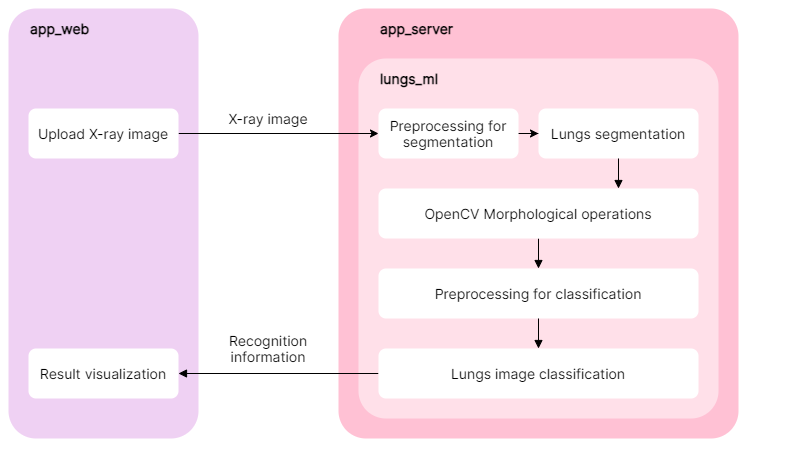
Earlier version of the draw.io export docs/diagram.png (dumaevrinat/lung_diseases). Source tidied: cells renumbered, new cells last; positions are measured from the earlier drawing's top-left corner, leaving out a move shared by most shapes. The source it was exported from:
```xml
<mxGraphModel>
  <root>
    <mxCell id="0" />
    <mxCell id="1" parent="0" />
    <mxCell id="2" style="rounded=1;whiteSpace=wrap;html=1;fontFamily=Inter;fontSize=14;strokeColor=none;arcSize=55;fontSource=https%3A%2F%2Ffonts.googleapis.com%2Fcss%3Ffamily%3DInter;absoluteArcSize=1;fillColor=#ffc1d4;" parent="1" vertex="1">
      <mxGeometry x="330" width="400" height="430" as="geometry" />
    </mxCell>
    <mxCell id="3" style="rounded=1;whiteSpace=wrap;html=1;fontFamily=Inter;fontSize=14;strokeColor=none;arcSize=55;fontSource=https%3A%2F%2Ffonts.googleapis.com%2Fcss%3Ffamily%3DInter;absoluteArcSize=1;fillColor=#ffe0e9;" parent="1" vertex="1">
      <mxGeometry x="350" y="50" width="360" height="360" as="geometry" />
    </mxCell>
    <mxCell id="4" style="rounded=1;whiteSpace=wrap;html=1;fontFamily=Inter;fontSize=14;strokeColor=none;fontSource=https%3A%2F%2Ffonts.googleapis.com%2Fcss%3Ffamily%3DInter;fillColor=#efd1f3;arcSize=55;absoluteArcSize=1;" parent="1" vertex="1">
      <mxGeometry width="190" height="430" as="geometry" />
    </mxCell>
    <mxCell id="5" style="edgeStyle=orthogonalEdgeStyle;rounded=0;jettySize=auto;html=1;entryX=0;entryY=0.5;entryDx=0;entryDy=0;fontFamily=Inter;fontSize=14;fontSource=https%3A%2F%2Ffonts.googleapis.com%2Fcss%3Ffamily%3DInter;" parent="1" edge="1" source="6" target="8">
      <mxGeometry relative="1" as="geometry" />
    </mxCell>
    <mxCell id="6" value="Preprocessing for segmentation" style="rounded=1;whiteSpace=wrap;html=1;fontFamily=Inter;fontSize=14;fontSource=https%3A%2F%2Ffonts.googleapis.com%2Fcss%3Ffamily%3DInter;strokeColor=none;" parent="1" vertex="1">
      <mxGeometry x="370" y="100" width="140" height="50" as="geometry" />
    </mxCell>
    <mxCell id="7" style="edgeStyle=orthogonalEdgeStyle;rounded=0;jettySize=auto;html=1;exitX=0.5;exitY=1;exitDx=0;exitDy=0;entryX=0.75;entryY=0;entryDx=0;entryDy=0;endArrow=block;endFill=1;" parent="1" edge="1" source="8" target="10">
      <mxGeometry relative="1" as="geometry" />
    </mxCell>
    <mxCell id="8" value="Lungs segmentation" style="rounded=1;whiteSpace=wrap;html=1;fontFamily=Inter;fontSize=14;fontSource=https%3A%2F%2Ffonts.googleapis.com%2Fcss%3Ffamily%3DInter;strokeColor=none;" parent="1" vertex="1">
      <mxGeometry x="530" y="100" width="160" height="50" as="geometry" />
    </mxCell>
    <mxCell id="9" style="edgeStyle=orthogonalEdgeStyle;rounded=0;jettySize=auto;html=1;exitX=0.5;exitY=1;exitDx=0;exitDy=0;entryX=0.5;entryY=0;entryDx=0;entryDy=0;endArrow=block;endFill=1;" parent="1" edge="1" source="10" target="12">
      <mxGeometry relative="1" as="geometry" />
    </mxCell>
    <mxCell id="10" value="OpenCV Morphological operations" style="rounded=1;whiteSpace=wrap;html=1;fontFamily=Inter;fontSize=14;fontSource=https%3A%2F%2Ffonts.googleapis.com%2Fcss%3Ffamily%3DInter;strokeColor=none;" parent="1" vertex="1">
      <mxGeometry x="370" y="180" width="320" height="50" as="geometry" />
    </mxCell>
    <mxCell id="11" style="edgeStyle=orthogonalEdgeStyle;rounded=0;jettySize=auto;html=1;exitX=0.5;exitY=1;exitDx=0;exitDy=0;entryX=0.5;entryY=0;entryDx=0;entryDy=0;endArrow=block;endFill=1;" parent="1" edge="1" source="12" target="14">
      <mxGeometry relative="1" as="geometry" />
    </mxCell>
    <mxCell id="12" value="Preprocessing for classification" style="rounded=1;whiteSpace=wrap;html=1;fontFamily=Inter;fontSize=14;fontSource=https%3A%2F%2Ffonts.googleapis.com%2Fcss%3Ffamily%3DInter;strokeColor=none;" parent="1" vertex="1">
      <mxGeometry x="370" y="260" width="320" height="50" as="geometry" />
    </mxCell>
    <mxCell id="13" style="edgeStyle=orthogonalEdgeStyle;rounded=0;jettySize=auto;html=1;exitX=0;exitY=0.5;exitDx=0;exitDy=0;entryX=1;entryY=0.5;entryDx=0;entryDy=0;endArrow=block;endFill=1;" parent="1" edge="1" source="14" target="20">
      <mxGeometry relative="1" as="geometry" />
    </mxCell>
    <mxCell id="14" value="Lungs image classification" style="rounded=1;whiteSpace=wrap;html=1;fontFamily=Inter;fontSize=14;fontSource=https%3A%2F%2Ffonts.googleapis.com%2Fcss%3Ffamily%3DInter;strokeColor=none;" parent="1" vertex="1">
      <mxGeometry x="370" y="340" width="320" height="50" as="geometry" />
    </mxCell>
    <mxCell id="15" value="app_web" style="text;html=1;strokeColor=none;fillColor=none;align=left;verticalAlign=middle;whiteSpace=wrap;rounded=0;fontFamily=Inter;fontStyle=1;fontSize=14;fontSource=https%3A%2F%2Ffonts.googleapis.com%2Fcss%3Ffamily%3DInter;spacingLeft=0;" parent="1" vertex="1">
      <mxGeometry x="20" width="190" height="40" as="geometry" />
    </mxCell>
    <mxCell id="16" value="lungs_ml" style="text;html=1;strokeColor=none;fillColor=none;align=left;verticalAlign=middle;whiteSpace=wrap;rounded=0;fontFamily=Inter;fontStyle=1;fontSize=14;fontSource=https%3A%2F%2Ffonts.googleapis.com%2Fcss%3Ffamily%3DInter;spacingRight=10;spacingLeft=0;" parent="1" vertex="1">
      <mxGeometry x="370" y="50" width="220" height="40" as="geometry" />
    </mxCell>
    <mxCell id="17" value="X-ray image" style="text;html=1;strokeColor=none;fillColor=none;align=center;verticalAlign=middle;whiteSpace=wrap;rounded=0;fontFamily=Inter;fontSize=14;fontSource=https%3A%2F%2Ffonts.googleapis.com%2Fcss%3Ffamily%3DInter;" parent="1" vertex="1">
      <mxGeometry x="190" y="100" width="140" height="20" as="geometry" />
    </mxCell>
    <mxCell id="18" style="edgeStyle=orthogonalEdgeStyle;rounded=0;jettySize=auto;html=1;exitX=1;exitY=0.5;exitDx=0;exitDy=0;entryX=0;entryY=0.5;entryDx=0;entryDy=0;fontFamily=Inter;fontSize=14;fontSource=https%3A%2F%2Ffonts.googleapis.com%2Fcss%3Ffamily%3DInter;" parent="1" edge="1" source="19" target="6">
      <mxGeometry relative="1" as="geometry" />
    </mxCell>
    <mxCell id="19" value="Upload X-ray image" style="rounded=1;whiteSpace=wrap;html=1;fontFamily=Inter;fontSize=14;fontSource=https%3A%2F%2Ffonts.googleapis.com%2Fcss%3Ffamily%3DInter;strokeColor=none;" parent="1" vertex="1">
      <mxGeometry x="20" y="100" width="150" height="50" as="geometry" />
    </mxCell>
    <mxCell id="20" value="Result visualization" style="rounded=1;whiteSpace=wrap;html=1;fontFamily=Inter;fontSize=14;fontSource=https%3A%2F%2Ffonts.googleapis.com%2Fcss%3Ffamily%3DInter;strokeColor=none;" parent="1" vertex="1">
      <mxGeometry x="20" y="340" width="150" height="50" as="geometry" />
    </mxCell>
    <mxCell id="21" value="Recognition information" style="text;html=1;strokeColor=none;fillColor=none;align=center;verticalAlign=middle;whiteSpace=wrap;rounded=0;fontFamily=Inter;fontSize=14;fontSource=https%3A%2F%2Ffonts.googleapis.com%2Fcss%3Ffamily%3DInter;" parent="1" vertex="1">
      <mxGeometry x="190" y="320" width="140" height="40" as="geometry" />
    </mxCell>
    <mxCell id="22" value="app_server" style="text;html=1;strokeColor=none;fillColor=none;align=left;verticalAlign=middle;whiteSpace=wrap;rounded=0;fontFamily=Inter;fontStyle=1;fontSize=14;fontSource=https%3A%2F%2Ffonts.googleapis.com%2Fcss%3Ffamily%3DInter;spacingRight=10;spacingLeft=0;" parent="1" vertex="1">
      <mxGeometry x="370" width="400" height="40" as="geometry" />
    </mxCell>
  </root>
</mxGraphModel>
```
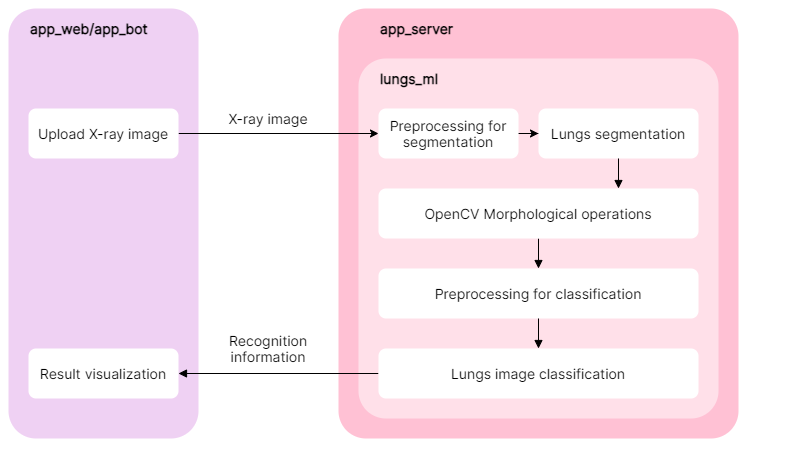
The same file after the commit.

What changed in the source:
```diff
@@ -41,7 +41,7 @@
     <mxCell id="14" value="Lungs image classification" style="rounded=1;whiteSpace=wrap;html=1;fontFamily=Inter;fontSize=14;fontSource=https%3A%2F%2Ffonts.googleapis.com%2Fcss%3Ffamily%3DInter;strokeColor=none;" parent="1" vertex="1">
       <mxGeometry x="370" y="340" width="320" height="50" as="geometry" />
     </mxCell>
-    <mxCell id="15" value="app_web" style="text;html=1;strokeColor=none;fillColor=none;align=left;verticalAlign=middle;whiteSpace=wrap;rounded=0;fontFamily=Inter;fontStyle=1;fontSize=14;fontSource=https%3A%2F%2Ffonts.googleapis.com%2Fcss%3Ffamily%3DInter;spacingLeft=0;" parent="1" vertex="1">
+    <mxCell id="15" value="app_web/app_bot" style="text;html=1;strokeColor=none;fillColor=none;align=left;verticalAlign=middle;whiteSpace=wrap;rounded=0;fontFamily=Inter;fontStyle=1;fontSize=14;fontSource=https%3A%2F%2Ffonts.googleapis.com%2Fcss%3Ffamily%3DInter;spacingLeft=0;" parent="1" vertex="1">
       <mxGeometry x="20" width="190" height="40" as="geometry" />
     </mxCell>
     <mxCell id="16" value="lungs_ml" style="text;html=1;strokeColor=none;fillColor=none;align=left;verticalAlign=middle;whiteSpace=wrap;rounded=0;fontFamily=Inter;fontStyle=1;fontSize=14;fontSource=https%3A%2F%2Ffonts.googleapis.com%2Fcss%3Ffamily%3DInter;spacingRight=10;spacingLeft=0;" parent="1" vertex="1">
```
